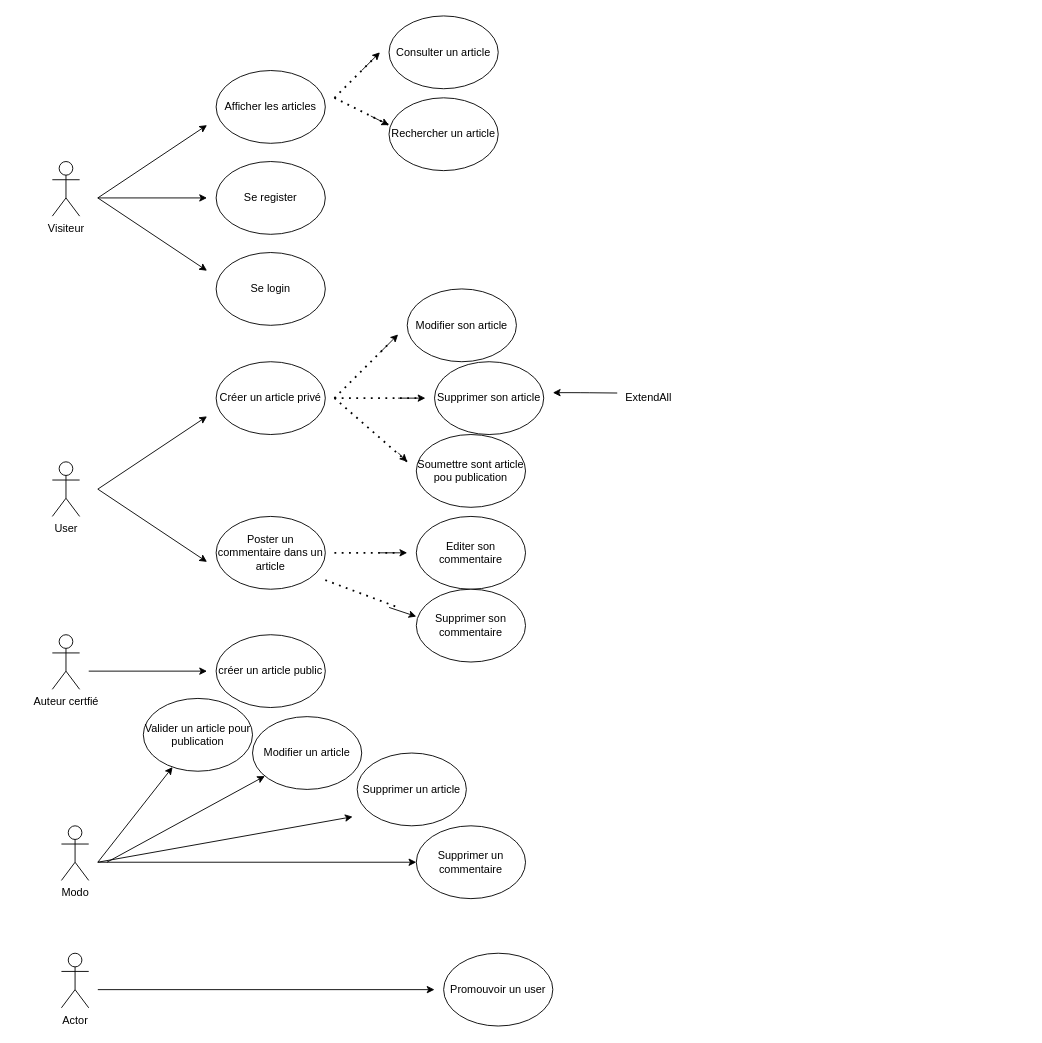
Before: diagrammes/UserCases.drawio in Captainbigleu/surfcharentes, a draw.io diagram. Source tidied: cells renumbered, new cells numbered last; positions are measured from the earlier drawing's top-left corner, leaving out a move shared by most shapes. Both pictures are drawn from the tidied source at 91%, with x=0, y=0 at pixel (52, 15).
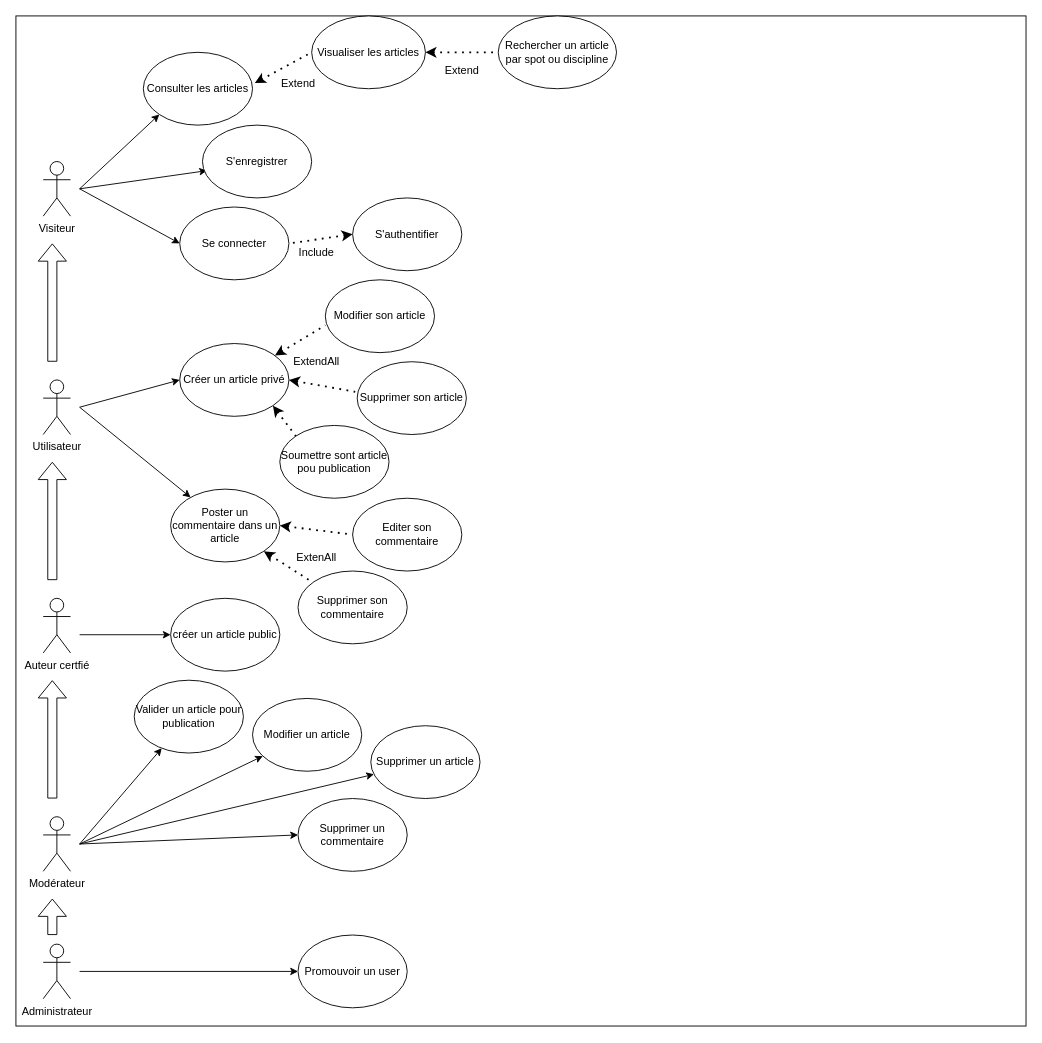
Above is the later version.

Diff of the diagram source:
```diff
@@
+    <mxCell id="52" style="whiteSpace=wrap;html=1;" parent="1" vertex="1">
+      <mxGeometry x="-40" width="1110" height="1110" as="geometry" />
+    </mxCell>
     <mxCell id="2" value="Visiteur" style="shape=umlActor;verticalLabelPosition=bottom;verticalAlign=top;html=1;" parent="1" vertex="1">
-      <mxGeometry y="160" width="30" height="60" as="geometry" />
+      <mxGeometry x="-10" y="160" width="30" height="60" as="geometry" />
     </mxCell>
-    <mxCell id="3" style="endArrow=classic;html=1;" parent="1" edge="1">
+    <mxCell id="3" style="endArrow=classic;html=1;entryX=0;entryY=1;entryDx=0;entryDy=0;" parent="1" edge="1" target="6">
       <mxGeometry relative="1" as="geometry">
-        <mxPoint x="50" y="200" as="sourcePoint" />
-        <mxPoint x="170" y="120" as="targetPoint" />
+        <mxPoint x="30" y="190" as="sourcePoint" />
       </mxGeometry>
     </mxCell>
-    <mxCell id="4" style="endArrow=classic;html=1;" parent="1" edge="1">
+    <mxCell id="4" style="endArrow=classic;html=1;entryX=0.042;entryY=0.625;entryDx=0;entryDy=0;entryPerimeter=0;" parent="1" edge="1" target="7">
       <mxGeometry relative="1" as="geometry">
-        <mxPoint x="50" y="200" as="sourcePoint" />
-        <mxPoint x="170" y="200" as="targetPoint" />
+        <mxPoint x="30" y="190" as="sourcePoint" />
       </mxGeometry>
     </mxCell>
     <mxCell id="5" style="endArrow=classic;html=1;" parent="1" edge="1">
       <mxGeometry relative="1" as="geometry">
-        <mxPoint x="50" y="200" as="sourcePoint" />
-        <mxPoint x="170" y="280" as="targetPoint" />
+        <mxPoint x="30" y="190" as="sourcePoint" />
+        <mxPoint x="140" y="250" as="targetPoint" />
       </mxGeometry>
     </mxCell>
-    <mxCell id="6" value="Afficher les articles" style="ellipse;whiteSpace=wrap;html=1;" parent="1" vertex="1">
-      <mxGeometry x="180" y="60" width="120" height="80" as="geometry" />
+    <mxCell id="6" value="Consulter les articles" style="ellipse;whiteSpace=wrap;html=1;" parent="1" vertex="1">
+      <mxGeometry x="100" y="40" width="120" height="80" as="geometry" />
     </mxCell>
-    <mxCell id="7" value="Se register" style="ellipse;whiteSpace=wrap;html=1;" parent="1" vertex="1">
-      <mxGeometry x="180" y="160" width="120" height="80" as="geometry" />
+    <mxCell id="7" value="S'enregistrer" style="ellipse;whiteSpace=wrap;html=1;" parent="1" vertex="1">
+      <mxGeometry x="165" y="120" width="120" height="80" as="geometry" />
     </mxCell>
-    <mxCell id="8" value="Se login" style="ellipse;whiteSpace=wrap;html=1;" parent="1" vertex="1">
-      <mxGeometry x="180" y="260" width="120" height="80" as="geometry" />
+    <mxCell id="8" value="Se connecter" style="ellipse;whiteSpace=wrap;html=1;" parent="1" vertex="1">
+      <mxGeometry x="140" y="210" width="120" height="80" as="geometry" />
     </mxCell>
-    <mxCell id="9" style="endArrow=none;dashed=1;html=1;dashPattern=1 3;strokeWidth=2;" parent="1" edge="1">
-      <mxGeometry relative="1" as="geometry">
-        <mxPoint x="310" y="90" as="sourcePoint" />
-        <mxPoint x="360" y="40" as="targetPoint" />
-      </mxGeometry>
-    </mxCell>
-    <mxCell id="10" style="edgeStyle=none;orthogonalLoop=1;jettySize=auto;html=1;" parent="1" edge="1">
-      <mxGeometry relative="1" as="geometry">
-        <mxPoint x="340" y="60" as="sourcePoint" />
-        <mxPoint x="360" y="40" as="targetPoint" />
-      </mxGeometry>
-    </mxCell>
-    <mxCell id="11" value="Consulter un article" style="ellipse;whiteSpace=wrap;html=1;" parent="1" vertex="1">
-      <mxGeometry x="370" width="120" height="80" as="geometry" />
+    <mxCell id="11" value="Visualiser les articles" style="ellipse;whiteSpace=wrap;html=1;" parent="1" vertex="1">
+      <mxGeometry x="285" width="125" height="80" as="geometry" />
     </mxCell>
-    <mxCell id="12" style="endArrow=none;dashed=1;html=1;dashPattern=1 3;strokeWidth=2;" parent="1" edge="1">
-      <mxGeometry relative="1" as="geometry">
-        <mxPoint x="310" y="90" as="sourcePoint" />
-        <mxPoint x="370" y="120" as="targetPoint" />
-      </mxGeometry>
-    </mxCell>
-    <mxCell id="13" style="edgeStyle=none;orthogonalLoop=1;jettySize=auto;html=1;" parent="1" edge="1">
-      <mxGeometry relative="1" as="geometry">
-        <mxPoint x="350" y="110" as="sourcePoint" />
-        <mxPoint x="370" y="120" as="targetPoint" />
-      </mxGeometry>
-    </mxCell>
-    <mxCell id="14" value="Rechercher un article" style="ellipse;whiteSpace=wrap;html=1;" parent="1" vertex="1">
-      <mxGeometry x="370" y="90" width="120" height="80" as="geometry" />
+    <mxCell id="14" value="Rechercher un article par spot ou discipline" style="ellipse;whiteSpace=wrap;html=1;" parent="1" vertex="1">
+      <mxGeometry x="490" width="130" height="80" as="geometry" />
     </mxCell>
-    <mxCell id="15" value="User" style="shape=umlActor;verticalLabelPosition=bottom;verticalAlign=top;html=1;" parent="1" vertex="1">
-      <mxGeometry y="490" width="30" height="60" as="geometry" />
+    <mxCell id="15" value="Utilisateur" style="shape=umlActor;verticalLabelPosition=bottom;verticalAlign=top;html=1;" parent="1" vertex="1">
+      <mxGeometry x="-10" y="400" width="30" height="60" as="geometry" />
     </mxCell>
-    <mxCell id="16" style="endArrow=classic;html=1;" parent="1" edge="1">
+    <mxCell id="16" style="endArrow=classic;html=1;entryX=0;entryY=0.5;entryDx=0;entryDy=0;" parent="1" edge="1" target="18">
       <mxGeometry relative="1" as="geometry">
-        <mxPoint x="50" y="520" as="sourcePoint" />
-        <mxPoint x="170" y="440" as="targetPoint" />
+        <mxPoint x="30" y="430" as="sourcePoint" />
       </mxGeometry>
     </mxCell>
-    <mxCell id="17" style="endArrow=classic;html=1;" parent="1" edge="1">
-      <mxGeometry relative="1" as="geometry">
-        <mxPoint x="50" y="520" as="sourcePoint" />
-        <mxPoint x="170" y="600" as="targetPoint" />
-      </mxGeometry>
-    </mxCell>
     <mxCell id="18" value="Créer un article privé" style="ellipse;whiteSpace=wrap;html=1;" parent="1" vertex="1">
-      <mxGeometry x="180" y="380" width="120" height="80" as="geometry" />
+      <mxGeometry x="140" y="360" width="120" height="80" as="geometry" />
     </mxCell>
     <mxCell id="19" value="Poster un commentaire dans un article" style="ellipse;whiteSpace=wrap;html=1;" parent="1" vertex="1">
-      <mxGeometry x="180" y="550" width="120" height="80" as="geometry" />
+      <mxGeometry x="130" y="520" width="120" height="80" as="geometry" />
     </mxCell>
-    <mxCell id="20" style="endArrow=none;dashed=1;html=1;dashPattern=1 3;strokeWidth=2;" parent="1" edge="1">
-      <mxGeometry relative="1" as="geometry">
-        <mxPoint x="310" y="420" as="sourcePoint" />
-        <mxPoint x="370" y="360" as="targetPoint" />
-      </mxGeometry>
-    </mxCell>
-    <mxCell id="21" style="edgeStyle=none;orthogonalLoop=1;jettySize=auto;html=1;" parent="1" edge="1">
-      <mxGeometry relative="1" as="geometry">
-        <mxPoint x="360" y="370" as="sourcePoint" />
-        <mxPoint x="380" y="350" as="targetPoint" />
-      </mxGeometry>
-    </mxCell>
-    <mxCell id="22" style="endArrow=none;dashed=1;html=1;dashPattern=1 3;strokeWidth=2;" parent="1" edge="1">
-      <mxGeometry relative="1" as="geometry">
-        <mxPoint x="310" y="420" as="sourcePoint" />
-        <mxPoint x="400" y="420" as="targetPoint" />
-      </mxGeometry>
-    </mxCell>
-    <mxCell id="23" style="edgeStyle=none;orthogonalLoop=1;jettySize=auto;html=1;" parent="1" edge="1">
-      <mxGeometry relative="1" as="geometry">
-        <mxPoint x="380" y="420" as="sourcePoint" />
-        <mxPoint x="410" y="420" as="targetPoint" />
-      </mxGeometry>
-    </mxCell>
-    <mxCell id="24" style="endArrow=none;dashed=1;html=1;dashPattern=1 3;strokeWidth=2;" parent="1" edge="1">
-      <mxGeometry relative="1" as="geometry">
-        <mxPoint x="310" y="420" as="sourcePoint" />
-        <mxPoint x="390" y="490" as="targetPoint" />
-      </mxGeometry>
-    </mxCell>
-    <mxCell id="25" style="edgeStyle=none;orthogonalLoop=1;jettySize=auto;html=1;" parent="1" edge="1">
-      <mxGeometry relative="1" as="geometry">
-        <mxPoint x="380" y="480" as="sourcePoint" />
-        <mxPoint x="390" y="490" as="targetPoint" />
-      </mxGeometry>
-    </mxCell>
     <mxCell id="26" value="Modifier son article" style="ellipse;whiteSpace=wrap;html=1;" parent="1" vertex="1">
-      <mxGeometry x="390" y="300" width="120" height="80" as="geometry" />
+      <mxGeometry x="300" y="290" width="120" height="80" as="geometry" />
     </mxCell>
     <mxCell id="27" value="Supprimer son article" style="ellipse;whiteSpace=wrap;html=1;" parent="1" vertex="1">
-      <mxGeometry x="420" y="380" width="120" height="80" as="geometry" />
+      <mxGeometry x="335" y="380" width="120" height="80" as="geometry" />
     </mxCell>
     <mxCell id="28" value="Soumettre sont article pou publication" style="ellipse;whiteSpace=wrap;html=1;" parent="1" vertex="1">
-      <mxGeometry x="400" y="460" width="120" height="80" as="geometry" />
+      <mxGeometry x="250" y="450" width="120" height="80" as="geometry" />
     </mxCell>
     <mxCell id="29" value="Editer son commentaire" style="ellipse;whiteSpace=wrap;html=1;" parent="1" vertex="1">
-      <mxGeometry x="400" y="550" width="120" height="80" as="geometry" />
+      <mxGeometry x="330" y="530" width="120" height="80" as="geometry" />
     </mxCell>
     <mxCell id="30" value="Supprimer son commentaire" style="ellipse;whiteSpace=wrap;html=1;" parent="1" vertex="1">
-      <mxGeometry x="400" y="630" width="120" height="80" as="geometry" />
+      <mxGeometry x="270" y="610" width="120" height="80" as="geometry" />
     </mxCell>
-    <mxCell id="31" value="ExtendAll" style="text;html=1;align=center;verticalAlign=middle;points=[];strokeColor=none;fillColor=none;" parent="1" vertex="1">
-      <mxGeometry x="620" y="405" width="70" height="30" as="geometry" />
-    </mxCell>
-    <mxCell id="32" style="edgeStyle=none;jettySize=auto;html=1;exitX=0.011;exitY=0.313;exitDx=0;exitDy=0;exitPerimeter=0;" parent="1" edge="1" source="31">
-      <mxGeometry relative="1" as="geometry">
-        <mxPoint x="550" y="414" as="targetPoint" />
-        <Array as="points">
-          <mxPoint x="580" y="414" />
-        </Array>
-      </mxGeometry>
-    </mxCell>
-    <mxCell id="33" style="endArrow=none;dashed=1;html=1;dashPattern=1 3;strokeWidth=2;" parent="1" edge="1">
-      <mxGeometry relative="1" as="geometry">
-        <mxPoint x="300" y="620" as="sourcePoint" />
-        <mxPoint x="380" y="650" as="targetPoint" />
-      </mxGeometry>
-    </mxCell>
-    <mxCell id="34" style="endArrow=none;dashed=1;html=1;dashPattern=1 3;strokeWidth=2;" parent="1" edge="1">
-      <mxGeometry relative="1" as="geometry">
-        <mxPoint x="310" y="590" as="sourcePoint" />
-        <mxPoint x="380" y="590" as="targetPoint" />
-      </mxGeometry>
-    </mxCell>
-    <mxCell id="35" style="edgeStyle=none;orthogonalLoop=1;jettySize=auto;html=1;" parent="1" edge="1">
-      <mxGeometry relative="1" as="geometry">
-        <mxPoint x="360" y="590" as="sourcePoint" />
-        <mxPoint x="390" y="590" as="targetPoint" />
-      </mxGeometry>
-    </mxCell>
-    <mxCell id="36" style="edgeStyle=none;jettySize=auto;html=1;entryX=0;entryY=0.375;entryDx=0;entryDy=0;entryPerimeter=0;" parent="1" edge="1" target="30">
-      <mxGeometry relative="1" as="geometry">
-        <mxPoint x="370" y="650" as="sourcePoint" />
-      </mxGeometry>
-    </mxCell>
     <mxCell id="37" value="Auteur certfié" style="shape=umlActor;verticalLabelPosition=bottom;verticalAlign=top;html=1;" parent="1" vertex="1">
-      <mxGeometry y="680" width="30" height="60" as="geometry" />
+      <mxGeometry x="-10" y="640" width="30" height="60" as="geometry" />
     </mxCell>
     <mxCell id="38" value="créer un article public" style="ellipse;whiteSpace=wrap;html=1;" parent="1" vertex="1">
-      <mxGeometry x="180" y="680" width="120" height="80" as="geometry" />
+      <mxGeometry x="130" y="640" width="120" height="80" as="geometry" />
     </mxCell>
-    <mxCell id="39" value="Modo" style="shape=umlActor;verticalLabelPosition=bottom;verticalAlign=top;html=1;" parent="1" vertex="1">
-      <mxGeometry x="10" y="890" width="30" height="60" as="geometry" />
+    <mxCell id="39" value="Modérateur" style="shape=umlActor;verticalLabelPosition=bottom;verticalAlign=top;html=1;" parent="1" vertex="1">
+      <mxGeometry x="-10" y="880" width="30" height="60" as="geometry" />
     </mxCell>
     <mxCell id="40" style="endArrow=classic;html=1;entryX=0;entryY=0.5;entryDx=0;entryDy=0;" parent="1" edge="1" target="44">
       <mxGeometry relative="1" as="geometry">
-        <mxPoint x="50" y="930" as="sourcePoint" />
+        <mxPoint x="30" y="910" as="sourcePoint" />
       </mxGeometry>
     </mxCell>
     <mxCell id="41" value="Valider un article pour publication" style="ellipse;whiteSpace=wrap;html=1;" parent="1" vertex="1">
-      <mxGeometry x="100" y="750" width="120" height="80" as="geometry" />
+      <mxGeometry x="90" y="730" width="120" height="80" as="geometry" />
     </mxCell>
     <mxCell id="42" value="Modifier un article" style="ellipse;whiteSpace=wrap;html=1;" parent="1" vertex="1">
-      <mxGeometry x="220" y="770" width="120" height="80" as="geometry" />
+      <mxGeometry x="220" y="750" width="120" height="80" as="geometry" />
     </mxCell>
     <mxCell id="43" value="Supprimer un article" style="ellipse;whiteSpace=wrap;html=1;" parent="1" vertex="1">
-      <mxGeometry x="335" y="810" width="120" height="80" as="geometry" />
+      <mxGeometry x="350" y="780" width="120" height="80" as="geometry" />
     </mxCell>
     <mxCell id="44" value="Supprimer un commentaire" style="ellipse;whiteSpace=wrap;html=1;" parent="1" vertex="1">
-      <mxGeometry x="400" y="890" width="120" height="80" as="geometry" />
+      <mxGeometry x="270" y="860" width="120" height="80" as="geometry" />
     </mxCell>
-    <mxCell id="45" style="endArrow=classic;html=1;" parent="1" edge="1">
+    <mxCell id="45" style="endArrow=classic;html=1;entryX=0;entryY=0.5;entryDx=0;entryDy=0;" parent="1" edge="1" target="38">
       <mxGeometry relative="1" as="geometry">
-        <mxPoint x="40" y="720" as="sourcePoint" />
-        <mxPoint x="170" y="720" as="targetPoint" />
+        <mxPoint x="30" y="680" as="sourcePoint" />
       </mxGeometry>
     </mxCell>
-    <mxCell id="46" style="endArrow=classic;html=1;" parent="1" edge="1">
+    <mxCell id="46" style="endArrow=classic;html=1;" parent="1" edge="1" target="43">
       <mxGeometry relative="1" as="geometry">
-        <mxPoint x="50" y="930" as="sourcePoint" />
-        <mxPoint x="330" y="880" as="targetPoint" />
+        <mxPoint x="30" y="910" as="sourcePoint" />
       </mxGeometry>
     </mxCell>
     <mxCell id="47" style="endArrow=classic;html=1;" parent="1" edge="1" target="42">
       <mxGeometry relative="1" as="geometry">
-        <mxPoint x="60" y="930" as="sourcePoint" />
+        <mxPoint x="30" y="910" as="sourcePoint" />
       </mxGeometry>
     </mxCell>
     <mxCell id="48" style="endArrow=classic;html=1;" parent="1" edge="1" target="41">
       <mxGeometry relative="1" as="geometry">
-        <mxPoint x="50" y="930" as="sourcePoint" />
+        <mxPoint x="30" y="910" as="sourcePoint" />
       </mxGeometry>
     </mxCell>
-    <mxCell id="49" value="Actor" style="shape=umlActor;verticalLabelPosition=bottom;verticalAlign=top;html=1;" parent="1" vertex="1">
-      <mxGeometry x="10" y="1030" width="30" height="60" as="geometry" />
+    <mxCell id="49" value="Administrateur" style="shape=umlActor;verticalLabelPosition=bottom;verticalAlign=top;html=1;" parent="1" vertex="1">
+      <mxGeometry x="-10" y="1020" width="30" height="60" as="geometry" />
     </mxCell>
     <mxCell id="50" value="Promouvoir un user" style="ellipse;whiteSpace=wrap;html=1;" parent="1" vertex="1">
-      <mxGeometry x="430" y="1030" width="120" height="80" as="geometry" />
+      <mxGeometry x="270" y="1010" width="120" height="80" as="geometry" />
     </mxCell>
-    <mxCell id="51" style="endArrow=classic;html=1;" parent="1" edge="1">
+    <mxCell id="51" style="endArrow=classic;html=1;entryX=0;entryY=0.5;entryDx=0;entryDy=0;" parent="1" edge="1" target="50">
       <mxGeometry relative="1" as="geometry">
-        <mxPoint x="50" y="1070" as="sourcePoint" />
-        <mxPoint x="420" y="1070" as="targetPoint" />
+        <mxPoint x="30" y="1050" as="sourcePoint" />
       </mxGeometry>
     </mxCell>
+    <mxCell id="53" style="endArrow=none;dashed=1;html=1;dashPattern=1 3;strokeWidth=2;startArrow=classic;startFill=1;entryX=0;entryY=0.5;entryDx=0;entryDy=0;exitX=1.02;exitY=0.423;exitDx=0;exitDy=0;exitPerimeter=0;" parent="1" edge="1" source="6" target="11">
+      <mxGeometry relative="1" as="geometry" />
+    </mxCell>
+    <mxCell id="54" style="endArrow=none;dashed=1;html=1;dashPattern=1 3;strokeWidth=2;startArrow=classic;startFill=1;exitX=1;exitY=0.5;exitDx=0;exitDy=0;" parent="1" edge="1" source="11">
+      <mxGeometry relative="1" as="geometry">
+        <mxPoint x="490" y="40" as="targetPoint" />
+      </mxGeometry>
+    </mxCell>
+    <mxCell id="55" value="Extend" style="text;html=1;align=center;verticalAlign=middle;strokeColor=none;fillColor=none;" parent="1" vertex="1">
+      <mxGeometry x="420" y="45" width="60" height="30" as="geometry" />
+    </mxCell>
+    <mxCell id="56" value="Extend" style="text;html=1;align=center;verticalAlign=middle;strokeColor=none;fillColor=none;" parent="1" vertex="1">
+      <mxGeometry x="240" y="60" width="60" height="30" as="geometry" />
+    </mxCell>
+    <mxCell id="57" value="S'authentifier" style="ellipse;whiteSpace=wrap;html=1;" parent="1" vertex="1">
+      <mxGeometry x="330" y="200" width="120" height="80" as="geometry" />
+    </mxCell>
+    <mxCell id="58" style="endArrow=none;dashed=1;html=1;dashPattern=1 3;strokeWidth=2;startArrow=classic;startFill=1;entryX=1;entryY=0.5;entryDx=0;entryDy=0;exitX=0;exitY=0.5;exitDx=0;exitDy=0;" parent="1" edge="1" source="57" target="8">
+      <mxGeometry relative="1" as="geometry" />
+    </mxCell>
+    <mxCell id="59" value="Include" style="text;html=1;align=center;verticalAlign=middle;strokeColor=none;fillColor=none;" parent="1" vertex="1">
+      <mxGeometry x="260" y="245" width="60" height="30" as="geometry" />
+    </mxCell>
+    <mxCell id="60" style="endArrow=none;dashed=1;html=1;dashPattern=1 3;strokeWidth=2;exitX=1;exitY=0.5;exitDx=0;exitDy=0;entryX=-0.018;entryY=0.413;entryDx=0;entryDy=0;entryPerimeter=0;startArrow=classic;startFill=1;" parent="1" edge="1" source="18" target="27">
+      <mxGeometry relative="1" as="geometry" />
+    </mxCell>
+    <mxCell id="61" style="endArrow=none;dashed=1;html=1;dashPattern=1 3;strokeWidth=2;startArrow=classic;startFill=1;" parent="1" edge="1" source="18">
+      <mxGeometry relative="1" as="geometry">
+        <mxPoint x="300" y="340" as="targetPoint" />
+      </mxGeometry>
+    </mxCell>
+    <mxCell id="62" style="endArrow=none;dashed=1;html=1;dashPattern=1 3;strokeWidth=2;exitX=1;exitY=1;exitDx=0;exitDy=0;entryX=0;entryY=0;entryDx=0;entryDy=0;startArrow=classic;startFill=1;" parent="1" edge="1" source="18" target="28">
+      <mxGeometry relative="1" as="geometry" />
+    </mxCell>
+    <mxCell id="31" value="ExtendAll" style="text;html=1;align=center;verticalAlign=middle;points=[];strokeColor=none;fillColor=none;" parent="1" vertex="1">
+      <mxGeometry x="255" y="365" width="70" height="30" as="geometry" />
+    </mxCell>
+    <mxCell id="63" style="shape=flexArrow;endArrow=classic;html=1;" parent="1" edge="1">
+      <mxGeometry relative="1" as="geometry">
+        <mxPoint y="380" as="sourcePoint" />
+        <mxPoint y="250" as="targetPoint" />
+      </mxGeometry>
+    </mxCell>
+    <mxCell id="64" style="endArrow=classic;html=1;" parent="1" edge="1" target="19">
+      <mxGeometry relative="1" as="geometry">
+        <mxPoint x="30" y="430" as="sourcePoint" />
+      </mxGeometry>
+    </mxCell>
+    <mxCell id="65" style="endArrow=none;dashed=1;html=1;dashPattern=1 3;strokeWidth=2;exitX=1;exitY=0.5;exitDx=0;exitDy=0;entryX=0;entryY=0.5;entryDx=0;entryDy=0;startArrow=classic;startFill=1;" parent="1" edge="1" source="19" target="29">
+      <mxGeometry relative="1" as="geometry" />
+    </mxCell>
+    <mxCell id="66" style="endArrow=none;dashed=1;html=1;dashPattern=1 3;strokeWidth=2;exitX=1;exitY=1;exitDx=0;exitDy=0;startArrow=classic;startFill=1;" parent="1" edge="1" source="19" target="30">
+      <mxGeometry relative="1" as="geometry" />
+    </mxCell>
+    <mxCell id="67" value="ExtenAll" style="text;html=1;align=center;verticalAlign=middle;strokeColor=none;fillColor=none;" parent="1" vertex="1">
+      <mxGeometry x="255" y="580" width="70" height="30" as="geometry" />
+    </mxCell>
+    <mxCell id="68" style="shape=flexArrow;endArrow=classic;html=1;" parent="1" edge="1">
+      <mxGeometry relative="1" as="geometry">
+        <mxPoint y="620" as="sourcePoint" />
+        <mxPoint y="490" as="targetPoint" />
+      </mxGeometry>
+    </mxCell>
+    <mxCell id="69" style="shape=flexArrow;endArrow=classic;html=1;" parent="1" edge="1">
+      <mxGeometry relative="1" as="geometry">
+        <mxPoint y="860" as="sourcePoint" />
+        <mxPoint y="730" as="targetPoint" />
+      </mxGeometry>
+    </mxCell>
+    <mxCell id="70" style="shape=flexArrow;endArrow=classic;html=1;" parent="1" edge="1">
+      <mxGeometry relative="1" as="geometry">
+        <mxPoint y="1010" as="sourcePoint" />
+        <mxPoint y="970" as="targetPoint" />
+      </mxGeometry>
+    </mxCell>
```
